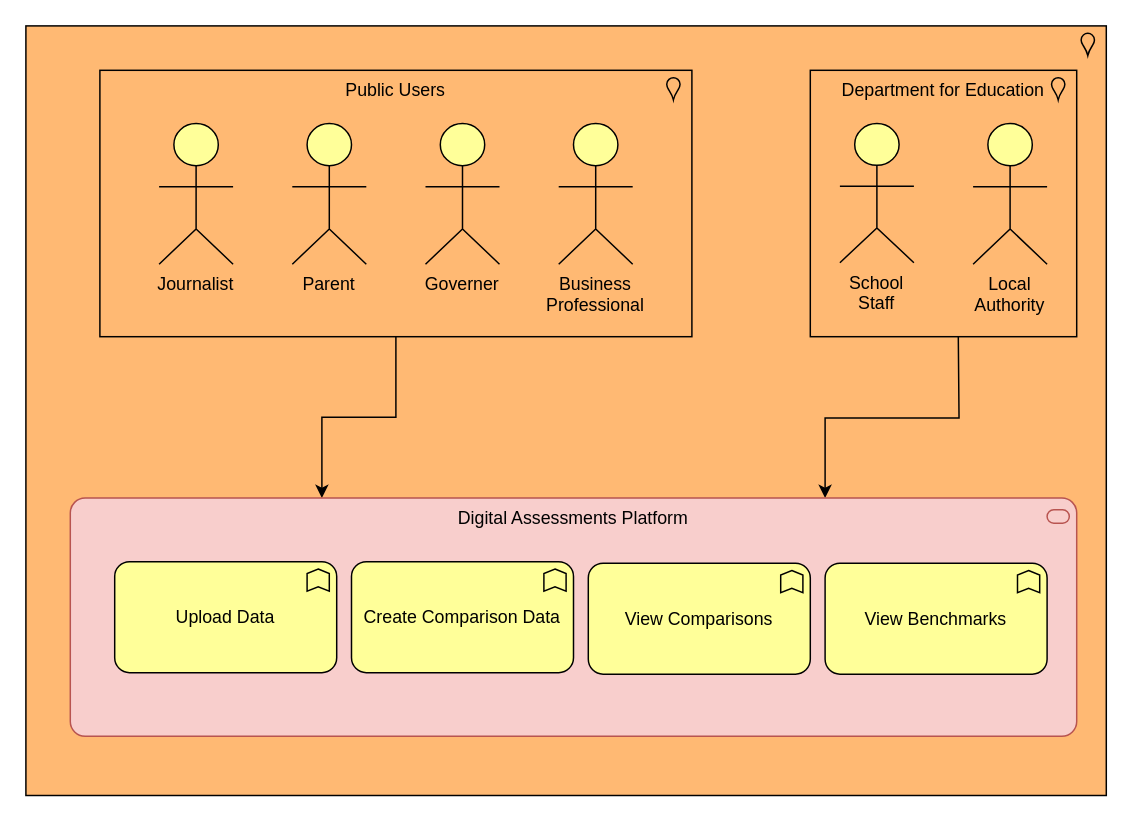
The draw.io diagram page "Business Context" (2 of 21) of documentation/architecture/FBIT-Diagrams.drawio in DFE-Digital/education-benchmarking-and-insights, before the edit. Source tidied: cells renumbered, new cells numbered last; positions are measured from the earlier drawing's top-left corner, leaving out a move shared by most shapes. Both pictures are drawn from the tidied source at 148%, with x=0, y=0 at pixel (25, 25).
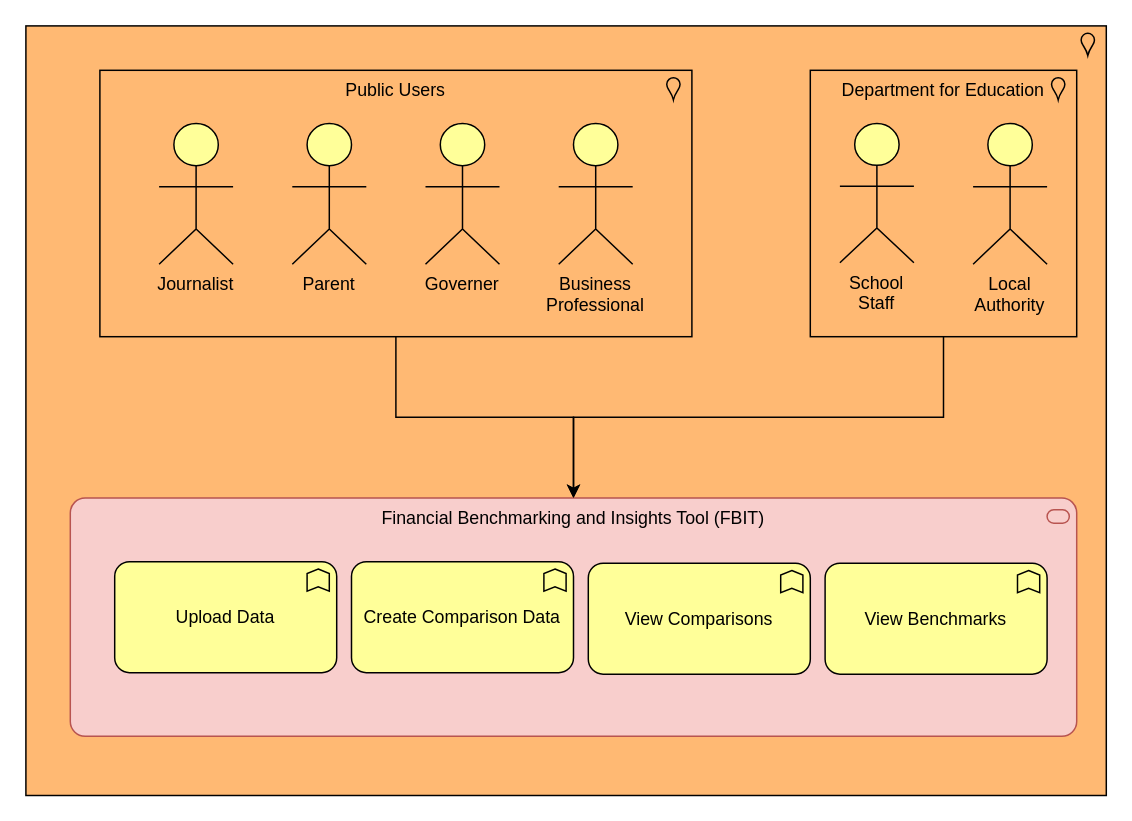
The same page after the edit.

Change to the diagram source:
```diff
@@
 <mxGraphModel>
   <root>
     <mxCell id="0" />
     <mxCell id="1" parent="0" />
     <mxCell id="2" style="html=1;whiteSpace=wrap;fillColor=#FFB973;shape=mxgraph.archimate3.application;appType=location;archiType=square;horizontal=1;verticalAlign=top;" parent="1" vertex="1">
       <mxGeometry width="730" height="520" as="geometry" />
     </mxCell>
     <mxCell id="3" value="Department for Education" style="html=1;outlineConnect=0;whiteSpace=wrap;fillColor=#FFB973;shape=mxgraph.archimate3.application;appType=location;archiType=square;horizontal=1;verticalAlign=top;" parent="1" vertex="1">
       <mxGeometry x="530" y="30" width="180" height="180" as="geometry" />
     </mxCell>
-    <mxCell id="4" style="edgeStyle=orthogonalEdgeStyle;rounded=0;jettySize=auto;html=1;exitX=0.5;exitY=1;exitDx=0;exitDy=0;exitPerimeter=0;entryX=0.75;entryY=0;entryDx=0;entryDy=0;entryPerimeter=0;" parent="1" edge="1" target="12">
-      <mxGeometry relative="1" as="geometry">
-        <mxPoint x="630" y="210" as="sourcePoint" />
-      </mxGeometry>
-    </mxCell>
-    <mxCell id="5" style="edgeStyle=orthogonalEdgeStyle;rounded=0;jettySize=auto;html=1;exitX=0.5;exitY=1;exitDx=0;exitDy=0;exitPerimeter=0;entryX=0.25;entryY=0;entryDx=0;entryDy=0;entryPerimeter=0;" parent="1" edge="1" source="6" target="12">
+    <mxCell id="5" style="edgeStyle=orthogonalEdgeStyle;rounded=0;jettySize=auto;html=1;exitX=0.5;exitY=1;exitDx=0;exitDy=0;exitPerimeter=0;" parent="1" edge="1" source="6" target="12">
       <mxGeometry relative="1" as="geometry" />
     </mxCell>
     <mxCell id="6" value="Public Users" style="html=1;outlineConnect=0;whiteSpace=wrap;fillColor=#FFB973;shape=mxgraph.archimate3.application;appType=location;archiType=square;horizontal=1;verticalAlign=top;" parent="1" vertex="1">
       <mxGeometry x="50" y="30" width="400" height="180" as="geometry" />
     </mxCell>
     <mxCell id="7" value="Journalist" style="html=1;whiteSpace=wrap;fillColor=#ffff99;verticalLabelPosition=bottom;verticalAlign=top;align=center;shape=mxgraph.archimate3.actor;" parent="1" vertex="1">
       <mxGeometry x="90" y="66" width="50" height="95" as="geometry" />
     </mxCell>
     <mxCell id="8" value="Parent" style="html=1;whiteSpace=wrap;fillColor=#ffff99;verticalLabelPosition=bottom;verticalAlign=top;align=center;shape=mxgraph.archimate3.actor;" parent="1" vertex="1">
       <mxGeometry x="180" y="66" width="50" height="95" as="geometry" />
     </mxCell>
     <mxCell id="9" value="Governer" style="html=1;whiteSpace=wrap;fillColor=#ffff99;verticalLabelPosition=bottom;verticalAlign=top;align=center;shape=mxgraph.archimate3.actor;" parent="1" vertex="1">
       <mxGeometry x="270" y="66" width="50" height="95" as="geometry" />
     </mxCell>
     <mxCell id="10" value="Local Authority" style="html=1;whiteSpace=wrap;fillColor=#ffff99;verticalLabelPosition=bottom;verticalAlign=top;align=center;shape=mxgraph.archimate3.actor;" parent="1" vertex="1">
       <mxGeometry x="640" y="66" width="50" height="95" as="geometry" />
     </mxCell>
     <mxCell id="11" value="School Staff" style="html=1;whiteSpace=wrap;fillColor=#ffff99;verticalLabelPosition=bottom;verticalAlign=top;align=center;shape=mxgraph.archimate3.actor;" parent="1" vertex="1">
       <mxGeometry x="550" y="66" width="50" height="94" as="geometry" />
     </mxCell>
-    <mxCell id="12" value="Digital Assessments Platform" style="html=1;outlineConnect=0;whiteSpace=wrap;fillColor=#f8cecc;shape=mxgraph.archimate3.application;appType=serv;archiType=rounded;verticalAlign=top;strokeColor=#b85450;" parent="1" vertex="1">
+    <mxCell id="12" value="Financial Benchmarking and Insights Tool (FBIT)" style="html=1;outlineConnect=0;whiteSpace=wrap;fillColor=#f8cecc;shape=mxgraph.archimate3.application;appType=serv;archiType=rounded;verticalAlign=top;strokeColor=#b85450;" parent="1" vertex="1">
       <mxGeometry x="30" y="319" width="680" height="161" as="geometry" />
     </mxCell>
     <mxCell id="13" value="Upload Data" style="html=1;whiteSpace=wrap;fillColor=#ffff99;shape=mxgraph.archimate3.application;appType=func;archiType=rounded;" parent="1" vertex="1">
       <mxGeometry x="60" y="362" width="150" height="75" as="geometry" />
     </mxCell>
     <mxCell id="14" value="Create Comparison Data" style="html=1;whiteSpace=wrap;fillColor=#ffff99;shape=mxgraph.archimate3.application;appType=func;archiType=rounded;" parent="1" vertex="1">
       <mxGeometry x="220" y="362" width="150" height="75" as="geometry" />
     </mxCell>
     <mxCell id="15" value="View Comparisons" style="html=1;whiteSpace=wrap;fillColor=#ffff99;shape=mxgraph.archimate3.application;appType=func;archiType=rounded;" parent="1" vertex="1">
       <mxGeometry x="380" y="363" width="150" height="75" as="geometry" />
     </mxCell>
     <mxCell id="16" value="View Benchmarks" style="html=1;whiteSpace=wrap;fillColor=#ffff99;shape=mxgraph.archimate3.application;appType=func;archiType=rounded;" parent="1" vertex="1">
       <mxGeometry x="540" y="363" width="150" height="75" as="geometry" />
     </mxCell>
     <mxCell id="17" value="Business Professional" style="html=1;whiteSpace=wrap;fillColor=#ffff99;verticalLabelPosition=bottom;verticalAlign=top;align=center;shape=mxgraph.archimate3.actor;" parent="1" vertex="1">
       <mxGeometry x="360" y="66" width="50" height="95" as="geometry" />
     </mxCell>
+    <mxCell id="18" style="edgeStyle=orthogonalEdgeStyle;rounded=0;jettySize=auto;html=1;exitX=0.5;exitY=1;exitDx=0;exitDy=0;exitPerimeter=0;entryX=0.5;entryY=0;entryDx=0;entryDy=0;entryPerimeter=0;" parent="1" edge="1" source="3" target="12">
+      <mxGeometry relative="1" as="geometry" />
+    </mxCell>
   </root>
 </mxGraphModel>
```
